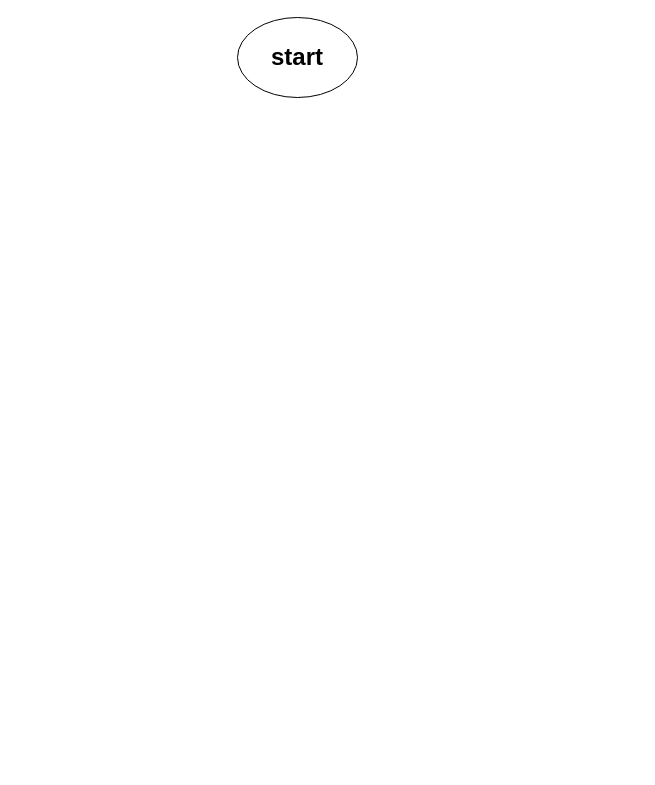
This is manifest/草稿箱/录入舱单—在线录入.drawio from caixuecheng/track-drawio, a draw.io file, before an edit. Source tidied: cells renumbered, new cells numbered last; positions are measured from the earlier drawing's top-left corner, leaving out a move shared by most shapes. Both pictures are drawn from the tidied source at 100%, with x=0, y=0 at pixel (237, 17).
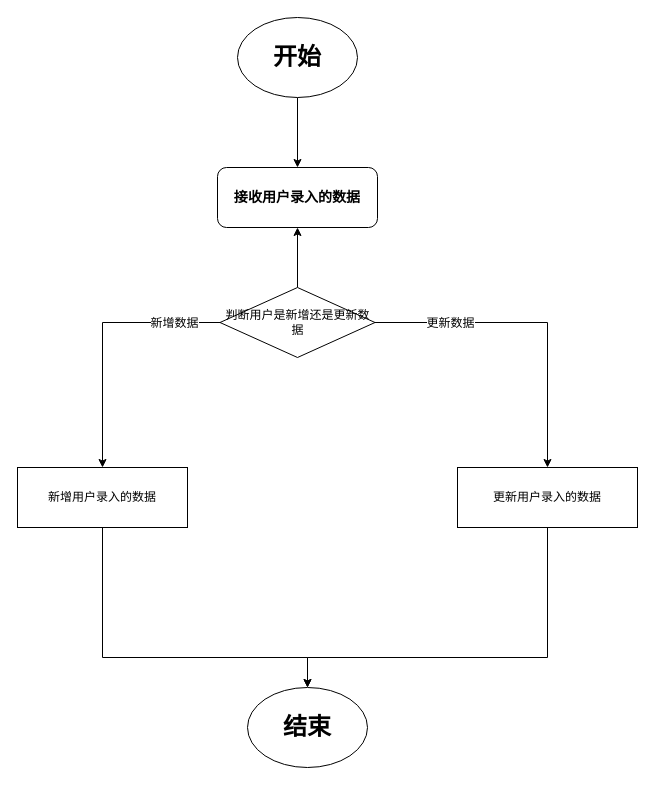
Above is the later version.

Commit message:
更新录入舱单—在线录入.drawio

The edit, as a diff of the source:
```diff
@@
+    <mxCell id="3" style="edgeStyle=orthogonalEdgeStyle;rounded=0;jettySize=auto;html=1;" parent="1" edge="1" source="2" target="4">
+      <mxGeometry relative="1" as="geometry" />
+    </mxCell>
-    <mxCell id="2" value="&lt;h1&gt;start&lt;/h1&gt;" style="ellipse;whiteSpace=wrap;html=1;" parent="1" vertex="1">
+    <mxCell id="2" value="&lt;h1&gt;开始&lt;/h1&gt;" style="ellipse;whiteSpace=wrap;html=1;" parent="1" vertex="1">
       <mxGeometry width="120" height="80" as="geometry" />
     </mxCell>
+    <mxCell id="4" value="&lt;h3&gt;接收用户录入的数据&lt;/h3&gt;" style="rounded=1;whiteSpace=wrap;html=1;" parent="1" vertex="1">
+      <mxGeometry x="-20" y="150" width="160" height="60" as="geometry" />
+    </mxCell>
+    <mxCell id="5" style="edgeStyle=elbowEdgeStyle;rounded=0;jettySize=auto;elbow=vertical;html=1;exitX=0.5;exitY=1;exitDx=0;exitDy=0;entryX=0.5;entryY=0;entryDx=0;entryDy=0;" parent="1" edge="1" source="6" target="15">
+      <mxGeometry relative="1" as="geometry">
+        <Array as="points">
+          <mxPoint x="10" y="640" />
+          <mxPoint x="60" y="650" />
+          <mxPoint x="-50" y="640" />
+        </Array>
+      </mxGeometry>
+    </mxCell>
+    <mxCell id="6" value="新增用户录入的数据" style="rounded=0;whiteSpace=wrap;html=1;" parent="1" vertex="1">
+      <mxGeometry x="-220" y="450" width="170" height="60" as="geometry" />
+    </mxCell>
+    <mxCell id="7" style="edgeStyle=elbowEdgeStyle;rounded=0;jettySize=auto;elbow=vertical;html=1;exitX=0.5;exitY=1;exitDx=0;exitDy=0;" parent="1" edge="1" source="8">
+      <mxGeometry relative="1" as="geometry">
+        <mxPoint x="70" y="670" as="targetPoint" />
+        <Array as="points">
+          <mxPoint x="230" y="640" />
+          <mxPoint x="170" y="640" />
+          <mxPoint x="160" y="640" />
+          <mxPoint x="90" y="650" />
+          <mxPoint x="70" y="640" />
+          <mxPoint x="290" y="630" />
+        </Array>
+      </mxGeometry>
+    </mxCell>
+    <mxCell id="8" value="更新用户录入的数据" style="rounded=0;whiteSpace=wrap;html=1;" parent="1" vertex="1">
+      <mxGeometry x="220" y="450" width="180" height="60" as="geometry" />
+    </mxCell>
+    <mxCell id="9" style="edgeStyle=orthogonalEdgeStyle;rounded=0;jettySize=auto;html=1;" parent="1" edge="1" source="14" target="4">
+      <mxGeometry relative="1" as="geometry" />
+    </mxCell>
+    <mxCell id="10" style="edgeStyle=orthogonalEdgeStyle;rounded=0;jettySize=auto;html=1;exitX=1;exitY=0.5;exitDx=0;exitDy=0;" parent="1" edge="1" source="14">
+      <mxGeometry relative="1" as="geometry">
+        <mxPoint x="310" y="450" as="targetPoint" />
+        <Array as="points">
+          <mxPoint x="310" y="305" />
+        </Array>
+      </mxGeometry>
+    </mxCell>
+    <mxCell id="11" value="更新数据" style="text;html=1;align=center;verticalAlign=middle;labelBackgroundColor=#ffffff;" parent="10" vertex="1">
+      <mxGeometry x="-0.53" relative="1" as="geometry" />
+    </mxCell>
+    <mxCell id="12" style="edgeStyle=orthogonalEdgeStyle;rounded=0;jettySize=auto;html=1;exitX=0;exitY=0.5;exitDx=0;exitDy=0;entryX=0.5;entryY=0;entryDx=0;entryDy=0;" parent="1" edge="1" source="14" target="6">
+      <mxGeometry relative="1" as="geometry" />
+    </mxCell>
+    <mxCell id="13" value="新增数据" style="text;html=1;align=center;verticalAlign=middle;labelBackgroundColor=#ffffff;" parent="12" vertex="1">
+      <mxGeometry x="-0.65" relative="1" as="geometry" />
+    </mxCell>
+    <mxCell id="14" value="判断用户是新增还是更新数据" style="rhombus;whiteSpace=wrap;html=1;" parent="1" vertex="1">
+      <mxGeometry x="-17.5" y="270" width="155" height="70" as="geometry" />
+    </mxCell>
+    <mxCell id="15" value="&lt;h1&gt;结束&lt;/h1&gt;" style="ellipse;whiteSpace=wrap;html=1;" parent="1" vertex="1">
+      <mxGeometry x="10" y="670" width="120" height="80" as="geometry" />
+    </mxCell>
```
